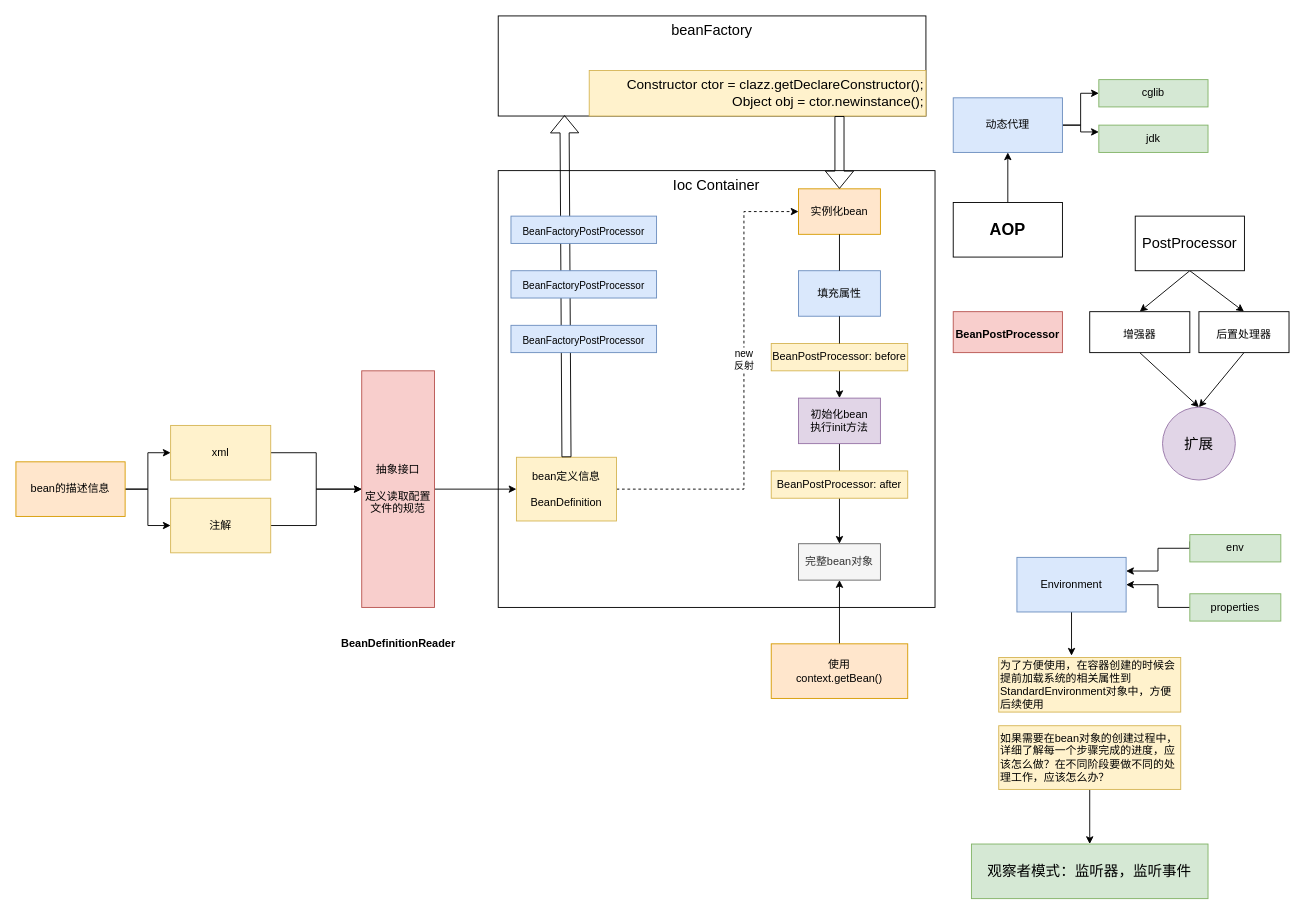
Before: java/IOC.drawio in shizimin123/draw, a draw.io diagram. Source tidied: cells renumbered, new cells numbered last; positions are measured from the earlier drawing's top-left corner, leaving out a move shared by most shapes. Both pictures are drawn from the tidied source at 91%, with x=0, y=0 at pixel (15, 15).
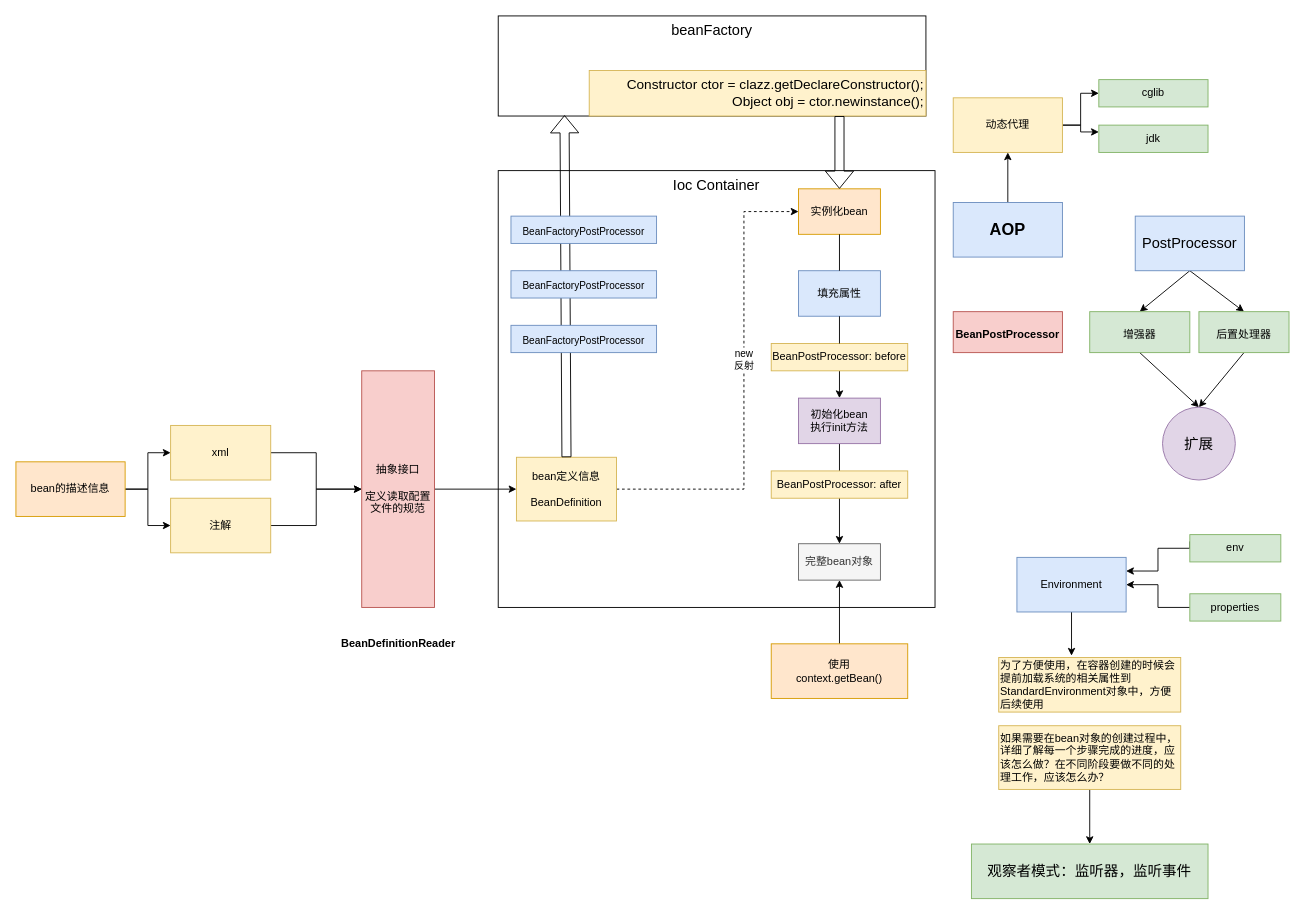
The same diagram, later.

Diff of the diagram source:
```diff
@@
-    <mxCell id="25" value="PostProcessor" style="rounded=0;whiteSpace=wrap;html=1;fontSize=16;" parent="1" vertex="1">
+    <mxCell id="25" value="PostProcessor" style="rounded=0;whiteSpace=wrap;html=1;fontSize=16;fillColor=#dae8fc;strokeColor=#6c8ebf;" parent="1" vertex="1">
       <mxGeometry x="1230" y="220" width="120" height="60" as="geometry" />
     </mxCell>
@@
-    <mxCell id="27" value="&lt;font style=&quot;font-size: 12px&quot;&gt;增强器&lt;/font&gt;" style="rounded=0;whiteSpace=wrap;html=1;fontSize=16;" parent="1" vertex="1">
+    <mxCell id="27" value="&lt;font style=&quot;font-size: 12px&quot;&gt;增强器&lt;/font&gt;" style="rounded=0;whiteSpace=wrap;html=1;fontSize=16;fillColor=#d5e8d4;strokeColor=#82b366;" parent="1" vertex="1">
       <mxGeometry x="1180" y="325" width="110" height="45" as="geometry" />
     </mxCell>
@@
-    <mxCell id="29" value="&lt;font style=&quot;font-size: 12px&quot;&gt;后置处理器&lt;/font&gt;" style="rounded=0;whiteSpace=wrap;html=1;fontSize=16;" parent="1" vertex="1">
+    <mxCell id="29" value="&lt;font style=&quot;font-size: 12px&quot;&gt;后置处理器&lt;/font&gt;" style="rounded=0;whiteSpace=wrap;html=1;fontSize=16;fillColor=#d5e8d4;strokeColor=#82b366;" parent="1" vertex="1">
       <mxGeometry x="1300" y="325" width="99" height="45" as="geometry" />
     </mxCell>
@@
-    <mxCell id="41" value="&lt;font style=&quot;font-size: 18px&quot;&gt;AOP&lt;/font&gt;" style="rounded=0;whiteSpace=wrap;html=1;fontSize=12;fontStyle=1;" parent="1" vertex="1">
+    <mxCell id="41" value="&lt;font style=&quot;font-size: 18px&quot;&gt;AOP&lt;/font&gt;" style="rounded=0;whiteSpace=wrap;html=1;fontSize=12;fontStyle=1;fillColor=#dae8fc;strokeColor=#6c8ebf;" parent="1" vertex="1">
       <mxGeometry x="1030" y="205" width="120" height="60" as="geometry" />
     </mxCell>
@@
-    <mxCell id="44" value="动态代理" style="rounded=0;whiteSpace=wrap;html=1;fontSize=12;fillColor=#dae8fc;strokeColor=#6c8ebf;" parent="1" vertex="1">
+    <mxCell id="44" value="动态代理" style="rounded=0;whiteSpace=wrap;html=1;fontSize=12;fillColor=#fff2cc;strokeColor=#d6b656;" parent="1" vertex="1">
       <mxGeometry x="1030" y="90" width="120" height="60" as="geometry" />
     </mxCell>
```
